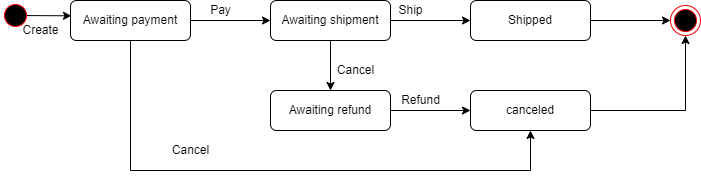
Above: Day-10 Object Modelling diagrams/Online shopping portal/state transition diagram.drawio.png in Mydhili-murali/ust-prograd-training (draw.io), before the change. Source tidied: cells renumbered, new cells last; positions are measured from the earlier drawing's top-left corner, leaving out a move shared by most shapes. The source it was exported from:
```xml
<mxGraphModel>
  <root>
    <mxCell id="0" />
    <mxCell id="1" parent="0" />
    <mxCell id="2" style="edgeStyle=orthogonalEdgeStyle;rounded=0;jettySize=auto;html=1;entryX=0.008;entryY=0.383;entryDx=0;entryDy=0;entryPerimeter=0;exitX=1;exitY=0.5;exitDx=0;exitDy=0;" parent="1" edge="1" source="3" target="6">
      <mxGeometry relative="1" as="geometry">
        <Array as="points">
          <mxPoint x="15" y="15" />
        </Array>
      </mxGeometry>
    </mxCell>
    <mxCell id="3" style="ellipse;html=1;shape=startState;fillColor=#000000;strokeColor=#ff0000;" parent="1" vertex="1">
      <mxGeometry width="30" height="30" as="geometry" />
    </mxCell>
    <mxCell id="4" style="edgeStyle=orthogonalEdgeStyle;rounded=0;jettySize=auto;html=1;" parent="1" edge="1" source="6" target="10">
      <mxGeometry relative="1" as="geometry" />
    </mxCell>
    <mxCell id="5" style="edgeStyle=orthogonalEdgeStyle;rounded=0;jettySize=auto;html=1;exitX=0.5;exitY=1;exitDx=0;exitDy=0;entryX=0.5;entryY=1;entryDx=0;entryDy=0;" parent="1" edge="1" source="6" target="20">
      <mxGeometry relative="1" as="geometry">
        <Array as="points">
          <mxPoint x="130" y="170" />
          <mxPoint x="530" y="170" />
        </Array>
      </mxGeometry>
    </mxCell>
    <mxCell id="6" value="Awaiting payment" style="rounded=1;whiteSpace=wrap;html=1;" parent="1" vertex="1">
      <mxGeometry x="70" width="120" height="40" as="geometry" />
    </mxCell>
    <mxCell id="7" value="Create" style="text;html=1;align=center;verticalAlign=middle;strokeColor=none;fillColor=none;" parent="1" vertex="1">
      <mxGeometry x="15" y="20" width="50" height="20" as="geometry" />
    </mxCell>
    <mxCell id="8" style="edgeStyle=orthogonalEdgeStyle;rounded=0;jettySize=auto;html=1;" parent="1" edge="1" source="10" target="12">
      <mxGeometry relative="1" as="geometry" />
    </mxCell>
    <mxCell id="9" style="edgeStyle=orthogonalEdgeStyle;rounded=0;jettySize=auto;html=1;" parent="1" edge="1" source="10" target="17">
      <mxGeometry relative="1" as="geometry" />
    </mxCell>
    <mxCell id="10" value="Awaiting shipment" style="whiteSpace=wrap;html=1;rounded=1;" parent="1" vertex="1">
      <mxGeometry x="270" width="120" height="40" as="geometry" />
    </mxCell>
    <mxCell id="11" style="edgeStyle=orthogonalEdgeStyle;rounded=0;jettySize=auto;html=1;" parent="1" edge="1" source="12">
      <mxGeometry relative="1" as="geometry">
        <mxPoint x="670" y="20" as="targetPoint" />
      </mxGeometry>
    </mxCell>
    <mxCell id="12" value="Shipped" style="whiteSpace=wrap;html=1;rounded=1;" parent="1" vertex="1">
      <mxGeometry x="470" width="120" height="40" as="geometry" />
    </mxCell>
    <mxCell id="13" value="Pay" style="text;html=1;align=center;verticalAlign=middle;strokeColor=none;fillColor=none;" parent="1" vertex="1">
      <mxGeometry x="200" width="40" height="20" as="geometry" />
    </mxCell>
    <mxCell id="14" value="Ship" style="text;html=1;align=center;verticalAlign=middle;strokeColor=none;fillColor=none;" parent="1" vertex="1">
      <mxGeometry x="390" width="40" height="20" as="geometry" />
    </mxCell>
    <mxCell id="15" style="ellipse;html=1;shape=endState;fillColor=#000000;strokeColor=#ff0000;" parent="1" vertex="1">
      <mxGeometry x="670" y="5" width="30" height="30" as="geometry" />
    </mxCell>
    <mxCell id="16" style="edgeStyle=orthogonalEdgeStyle;rounded=0;jettySize=auto;html=1;" parent="1" edge="1" source="17" target="20">
      <mxGeometry relative="1" as="geometry" />
    </mxCell>
    <mxCell id="17" value="Awaiting refund" style="whiteSpace=wrap;html=1;rounded=1;" parent="1" vertex="1">
      <mxGeometry x="270" y="90" width="120" height="40" as="geometry" />
    </mxCell>
    <mxCell id="18" value="Cancel" style="text;html=1;align=center;verticalAlign=middle;strokeColor=none;fillColor=none;" parent="1" vertex="1">
      <mxGeometry x="330" y="60" width="50" height="20" as="geometry" />
    </mxCell>
    <mxCell id="19" style="edgeStyle=orthogonalEdgeStyle;rounded=0;jettySize=auto;html=1;entryX=0.5;entryY=1;entryDx=0;entryDy=0;" parent="1" edge="1" source="20" target="15">
      <mxGeometry relative="1" as="geometry" />
    </mxCell>
    <mxCell id="20" value="canceled" style="whiteSpace=wrap;html=1;rounded=1;" parent="1" vertex="1">
      <mxGeometry x="470" y="90" width="120" height="40" as="geometry" />
    </mxCell>
    <mxCell id="21" value="Refund" style="text;html=1;align=center;verticalAlign=middle;strokeColor=none;fillColor=none;" parent="1" vertex="1">
      <mxGeometry x="395" y="90" width="50" height="20" as="geometry" />
    </mxCell>
    <mxCell id="22" value="Cancel" style="text;html=1;align=center;verticalAlign=middle;strokeColor=none;fillColor=none;" parent="1" vertex="1">
      <mxGeometry x="165" y="140" width="50" height="20" as="geometry" />
    </mxCell>
  </root>
</mxGraphModel>
```
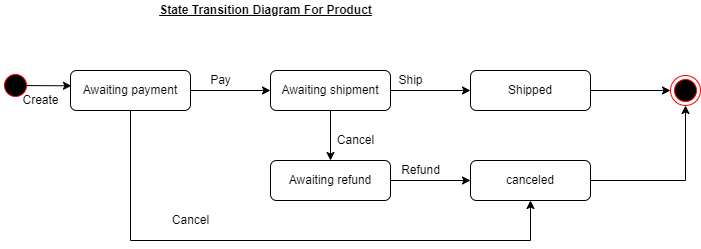
The same diagram one commit later.

Diff of the diagram source:
```diff
@@ -76,5 +76,8 @@
     <mxCell id="22" value="Cancel" style="text;html=1;align=center;verticalAlign=middle;strokeColor=none;fillColor=none;" parent="1" vertex="1">
       <mxGeometry x="165" y="140" width="50" height="20" as="geometry" />
     </mxCell>
+    <mxCell id="23" value="&lt;b&gt;&lt;u&gt;State Transition Diagram For Product&lt;/u&gt;&lt;/b&gt;" style="text;html=1;align=center;verticalAlign=middle;strokeColor=none;fillColor=none;" parent="1" vertex="1">
+      <mxGeometry x="150" y="-70" width="230" height="20" as="geometry" />
+    </mxCell>
   </root>
 </mxGraphModel>
```
